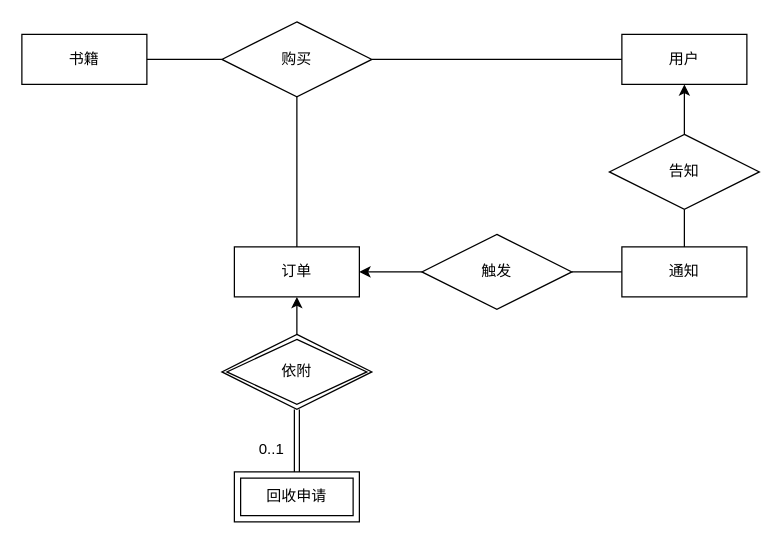
Earlier version of the draw.io diagram se/Untitled Diagram.drawio (RAND1925/drawio_draft). Source tidied: cells renumbered, new cells numbered last; positions are measured from the earlier drawing's top-left corner, leaving out a move shared by most shapes. Both pictures are drawn from the tidied source at 125%, with x=0, y=0 at pixel (21, 21).
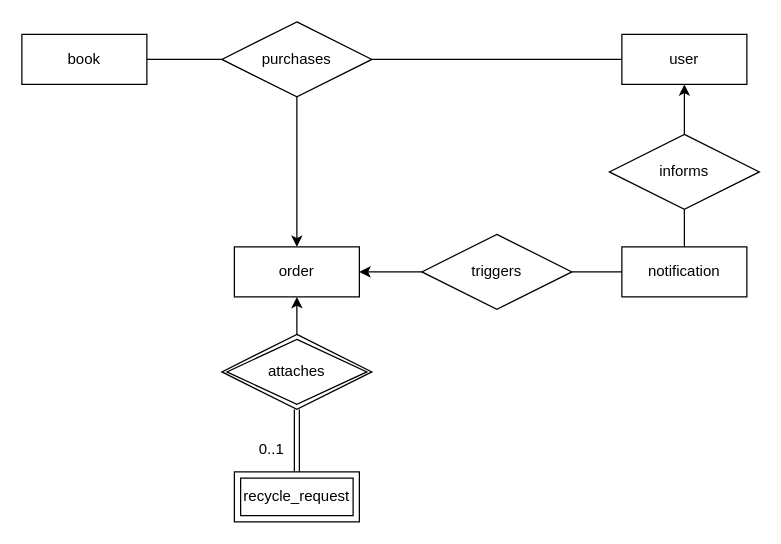
The same page after the edit.

The edit, as a diff of the source:
```diff
@@
-    <mxCell id="2" value="书籍" style="whiteSpace=wrap;html=1;align=center;" parent="1" vertex="1">
+    <mxCell id="2" value="book" style="whiteSpace=wrap;html=1;align=center;" parent="1" vertex="1">
       <mxGeometry y="10" width="100" height="40" as="geometry" />
     </mxCell>
-    <mxCell id="3" value="购买" style="shape=rhombus;perimeter=rhombusPerimeter;whiteSpace=wrap;html=1;align=center;" parent="1" vertex="1">
+    <mxCell id="3" value="purchases" style="shape=rhombus;perimeter=rhombusPerimeter;whiteSpace=wrap;html=1;align=center;" parent="1" vertex="1">
       <mxGeometry x="160" width="120" height="60" as="geometry" />
     </mxCell>
-    <mxCell id="4" value="用户" style="whiteSpace=wrap;html=1;align=center;" parent="1" vertex="1">
+    <mxCell id="4" value="user" style="whiteSpace=wrap;html=1;align=center;" parent="1" vertex="1">
       <mxGeometry x="480" y="10" width="100" height="40" as="geometry" />
     </mxCell>
-    <mxCell id="5" value="订单" style="whiteSpace=wrap;html=1;align=center;" parent="1" vertex="1">
+    <mxCell id="5" value="order" style="whiteSpace=wrap;html=1;align=center;" parent="1" vertex="1">
       <mxGeometry x="170" y="180" width="100" height="40" as="geometry" />
     </mxCell>
@@
-    <mxCell id="8" style="endArrow=none;html=1;rounded=0;entryX=0.5;entryY=0;entryDx=0;entryDy=0;exitX=0.5;exitY=1;exitDx=0;exitDy=0;" parent="1" edge="1" source="3" target="5">
-      <mxGeometry relative="1" as="geometry" />
-    </mxCell>
-    <mxCell id="9" value="通知" style="whiteSpace=wrap;html=1;align=center;" parent="1" vertex="1">
+    <mxCell id="9" value="notification" style="whiteSpace=wrap;html=1;align=center;" parent="1" vertex="1">
       <mxGeometry x="480" y="180" width="100" height="40" as="geometry" />
     </mxCell>
@@
-    <mxCell id="11" value="触发" style="shape=rhombus;perimeter=rhombusPerimeter;whiteSpace=wrap;html=1;align=center;" parent="1" vertex="1">
+    <mxCell id="11" value="triggers" style="shape=rhombus;perimeter=rhombusPerimeter;whiteSpace=wrap;html=1;align=center;" parent="1" vertex="1">
       <mxGeometry x="320" y="170" width="120" height="60" as="geometry" />
     </mxCell>
-    <mxCell id="12" value="回收申请" style="shape=ext;margin=3;double=1;whiteSpace=wrap;html=1;align=center;" parent="1" vertex="1">
+    <mxCell id="12" value="recycle_request" style="shape=ext;margin=3;double=1;whiteSpace=wrap;html=1;align=center;" parent="1" vertex="1">
       <mxGeometry x="170" y="360" width="100" height="40" as="geometry" />
     </mxCell>
@@
-    <mxCell id="14" value="依附" style="shape=rhombus;double=1;perimeter=rhombusPerimeter;whiteSpace=wrap;html=1;align=center;" parent="1" vertex="1">
+    <mxCell id="14" value="attaches" style="shape=rhombus;double=1;perimeter=rhombusPerimeter;whiteSpace=wrap;html=1;align=center;" parent="1" vertex="1">
       <mxGeometry x="160" y="250" width="120" height="60" as="geometry" />
     </mxCell>
@@
-    <mxCell id="19" value="告知" style="shape=rhombus;perimeter=rhombusPerimeter;whiteSpace=wrap;html=1;align=center;" parent="1" vertex="1">
+    <mxCell id="19" value="informs" style="shape=rhombus;perimeter=rhombusPerimeter;whiteSpace=wrap;html=1;align=center;" parent="1" vertex="1">
       <mxGeometry x="470" y="90" width="120" height="60" as="geometry" />
     </mxCell>
@@
+    <mxCell id="8" style="endArrow=classic;html=1;exitX=0.5;exitY=1;exitDx=0;exitDy=0;" parent="1" edge="1" source="3" target="5">
+      <mxGeometry relative="1" as="geometry" />
+    </mxCell>
```
